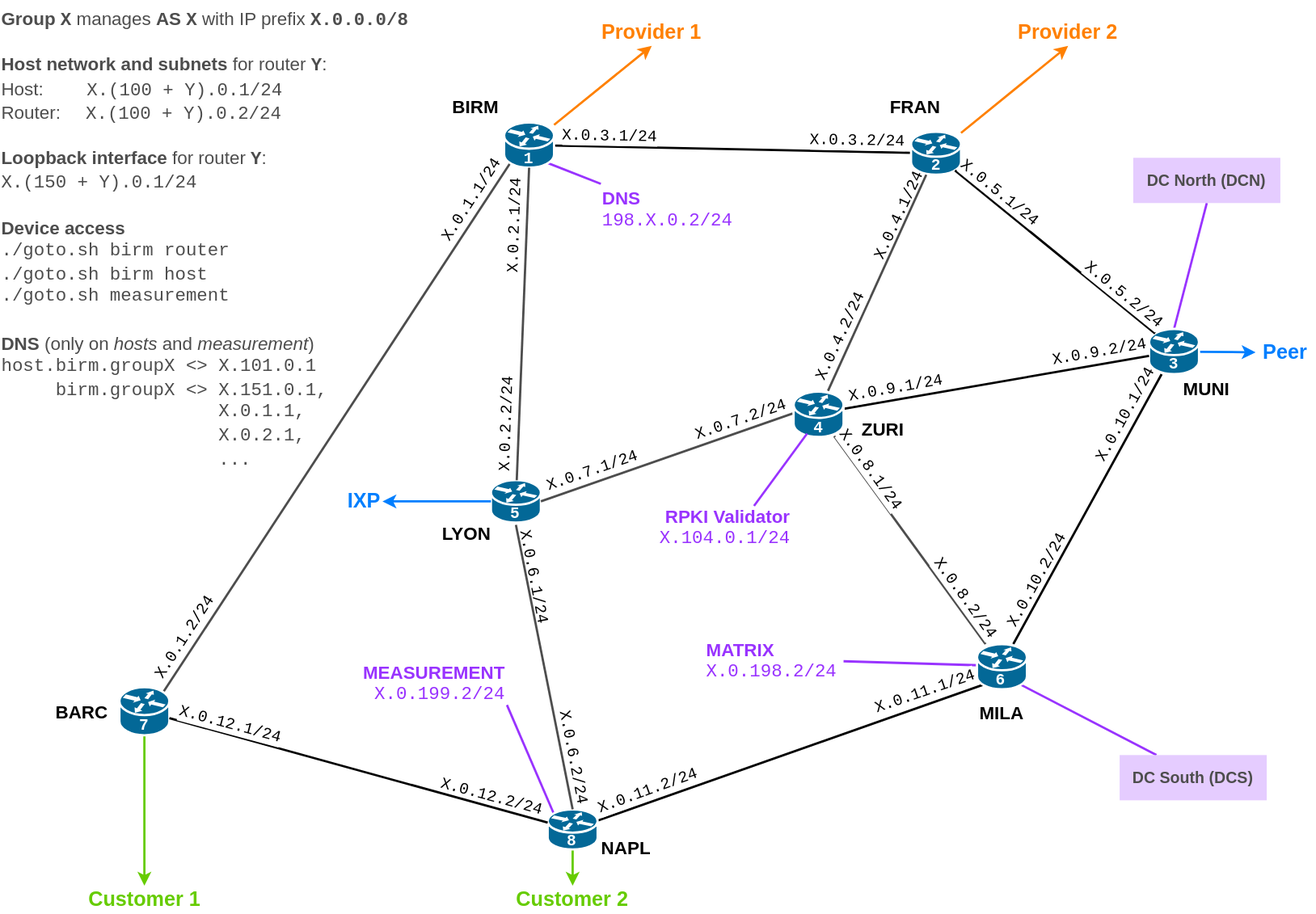
This is platform/config/figures/l3_topo.svg from HongyuHe/mini-internet, a draw.io export, as it was before one commit. Source tidied: cells renumbered, new cells last; positions are measured from the earlier drawing's top-left corner, leaving out a move shared by most shapes.
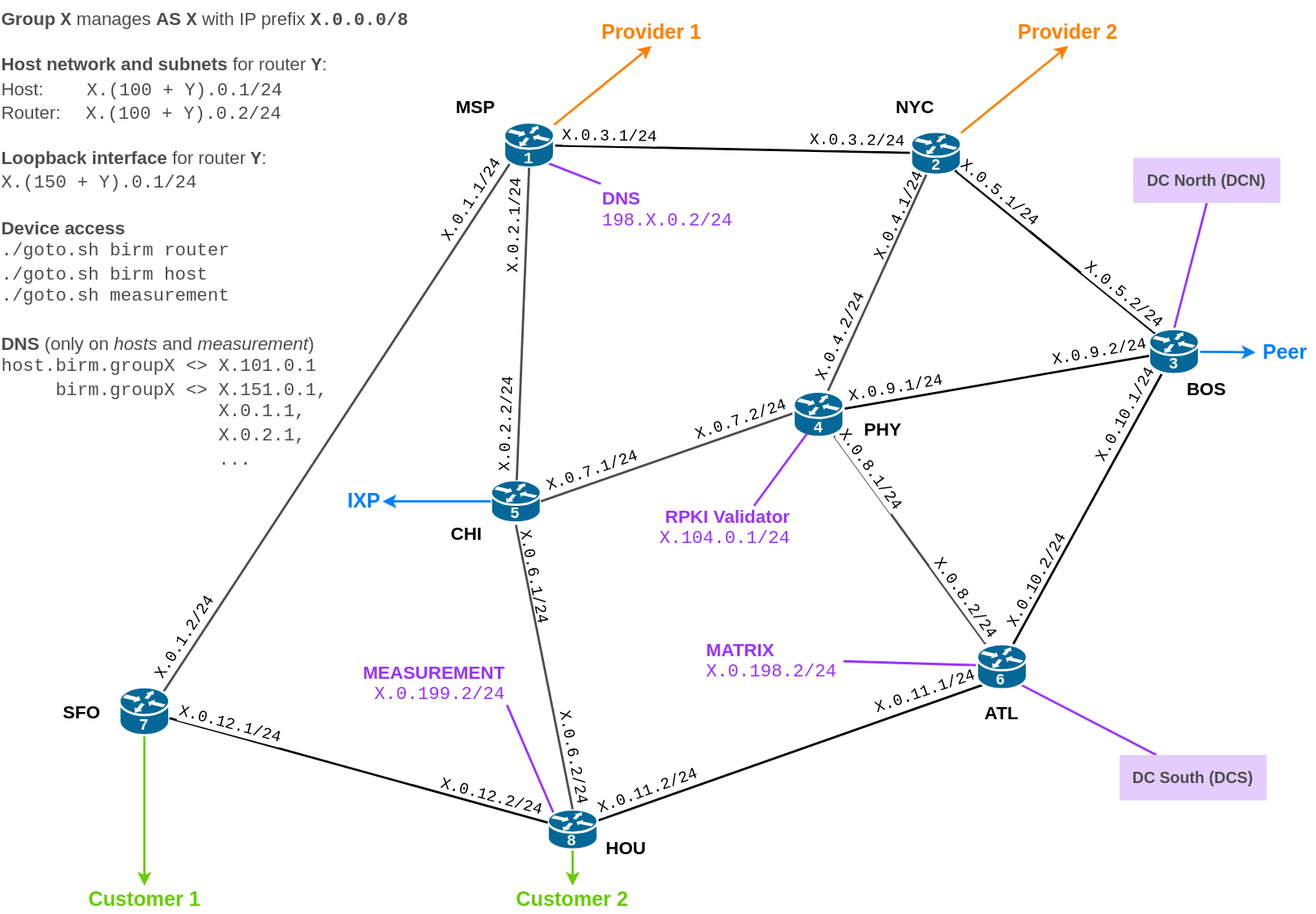
Later version of the same file.

What changed in the source:
```diff
@@ -63,22 +63,22 @@
     <mxCell id="18" style="edgeStyle=none;rounded=0;jettySize=auto;html=1;strokeColor=#9933FF;strokeWidth=2;fontFamily=Helvetica;fontSize=14;fontColor=#4D4D4D;endArrow=none;endFill=0;exitX=0.5;exitY=0;exitDx=0;exitDy=0;exitPerimeter=0;entryX=0.5;entryY=1;entryDx=0;entryDy=0;" parent="1" edge="1" source="52" target="35">
       <mxGeometry relative="1" as="geometry" />
     </mxCell>
-    <mxCell id="19" value="&lt;font size=&quot;1&quot; style=&quot;&quot;&gt;&lt;b style=&quot;font-size: 16px;&quot;&gt;MILA&lt;/b&gt;&lt;/font&gt;" style="rounded=0;whiteSpace=wrap;html=1;strokeColor=none;fillColor=none;" parent="1" vertex="1">
+    <mxCell id="19" value="&lt;font size=&quot;1&quot; style=&quot;&quot;&gt;&lt;b style=&quot;font-size: 16px;&quot;&gt;ATL&lt;/b&gt;&lt;/font&gt;" style="rounded=0;whiteSpace=wrap;html=1;strokeColor=none;fillColor=none;" parent="1" vertex="1">
       <mxGeometry x="858.9" y="616.2" width="54.1" height="27.5" as="geometry" />
     </mxCell>
-    <mxCell id="20" value="&lt;font size=&quot;1&quot; style=&quot;&quot;&gt;&lt;b style=&quot;font-size: 16px;&quot;&gt;MUNI&lt;/b&gt;&lt;/font&gt;" style="rounded=0;whiteSpace=wrap;html=1;strokeColor=none;fillColor=none;" parent="1" vertex="1">
+    <mxCell id="20" value="&lt;font size=&quot;1&quot; style=&quot;&quot;&gt;&lt;b style=&quot;font-size: 16px;&quot;&gt;BOS&lt;/b&gt;&lt;/font&gt;" style="rounded=0;whiteSpace=wrap;html=1;strokeColor=none;fillColor=none;" parent="1" vertex="1">
       <mxGeometry x="1046" y="329.2" width="42" height="27.5" as="geometry" />
     </mxCell>
-    <mxCell id="21" value="&lt;font size=&quot;1&quot; style=&quot;&quot;&gt;&lt;b style=&quot;font-size: 16px;&quot;&gt;FRAN&lt;/b&gt;&lt;/font&gt;" style="rounded=0;whiteSpace=wrap;html=1;strokeColor=none;fillColor=none;" parent="1" vertex="1">
+    <mxCell id="21" value="&lt;font size=&quot;1&quot; style=&quot;&quot;&gt;&lt;b style=&quot;font-size: 16px;&quot;&gt;NYC&lt;/b&gt;&lt;/font&gt;" style="rounded=0;whiteSpace=wrap;html=1;strokeColor=none;fillColor=none;" parent="1" vertex="1">
       <mxGeometry x="782" y="80.2" width="55.5" height="27.5" as="geometry" />
     </mxCell>
-    <mxCell id="22" value="&lt;font size=&quot;1&quot; style=&quot;&quot;&gt;&lt;b style=&quot;font-size: 16px;&quot;&gt;BIRM&lt;/b&gt;&lt;/font&gt;" style="rounded=0;whiteSpace=wrap;html=1;strokeColor=none;fillColor=none;" parent="1" vertex="1">
+    <mxCell id="22" value="&lt;font size=&quot;1&quot; style=&quot;&quot;&gt;&lt;b style=&quot;font-size: 16px;&quot;&gt;MSP&lt;/b&gt;&lt;/font&gt;" style="rounded=0;whiteSpace=wrap;html=1;strokeColor=none;fillColor=none;" parent="1" vertex="1">
       <mxGeometry x="396" y="80.2" width="50" height="27.5" as="geometry" />
     </mxCell>
-    <mxCell id="23" value="&lt;span style=&quot;font-size: 16px;&quot;&gt;&lt;b&gt;LYON&lt;/b&gt;&lt;/span&gt;" style="rounded=0;whiteSpace=wrap;html=1;strokeColor=none;fillColor=none;" parent="1" vertex="1">
+    <mxCell id="23" value="&lt;span style=&quot;font-size: 16px;&quot;&gt;&lt;b&gt;CHI&lt;/b&gt;&lt;/span&gt;" style="rounded=0;whiteSpace=wrap;html=1;strokeColor=none;fillColor=none;" parent="1" vertex="1">
       <mxGeometry x="386" y="457" width="54.1" height="27.5" as="geometry" />
     </mxCell>
-    <mxCell id="24" value="&lt;font size=&quot;1&quot; style=&quot;&quot;&gt;&lt;b style=&quot;font-size: 16px;&quot;&gt;NAPL&lt;/b&gt;&lt;/font&gt;" style="rounded=0;whiteSpace=wrap;html=1;strokeColor=none;fillColor=none;" parent="1" vertex="1">
+    <mxCell id="24" value="&lt;font size=&quot;1&quot; style=&quot;&quot;&gt;&lt;b style=&quot;font-size: 16px;&quot;&gt;HOU&lt;/b&gt;&lt;/font&gt;" style="rounded=0;whiteSpace=wrap;html=1;strokeColor=none;fillColor=none;" parent="1" vertex="1">
       <mxGeometry x="527" y="735" width="54.1" height="27.5" as="geometry" />
     </mxCell>
     <mxCell id="25" value="X.0.11.2/24" style="edgeLabel;html=1;align=center;verticalAlign=middle;fontSize=14;fontFamily=Courier New;rotation=-20;" parent="1" vertex="1">
@@ -296,7 +296,7 @@
         <mxPoint x="323" y="-40" as="offset" />
       </mxGeometry>
     </mxCell>
-    <mxCell id="86" value="&lt;font size=&quot;1&quot; style=&quot;&quot;&gt;&lt;b style=&quot;font-size: 16px;&quot;&gt;BARC&lt;/b&gt;&lt;/font&gt;" style="rounded=0;whiteSpace=wrap;html=1;strokeColor=none;fillColor=none;" parent="1" vertex="1">
+    <mxCell id="86" value="&lt;font size=&quot;1&quot; style=&quot;&quot;&gt;&lt;b style=&quot;font-size: 16px;&quot;&gt;SFO&lt;/b&gt;&lt;/font&gt;" style="rounded=0;whiteSpace=wrap;html=1;strokeColor=none;fillColor=none;" parent="1" vertex="1">
       <mxGeometry x="46" y="616.2" width="54.1" height="25" as="geometry" />
     </mxCell>
     <mxCell id="87" value="X.0.9.1/24" style="edgeLabel;html=1;align=center;verticalAlign=middle;fontSize=14;fontFamily=Courier New;rotation=-10;" parent="1" vertex="1">
@@ -312,7 +312,7 @@
     <mxCell id="89" value="IXP" style="rounded=0;whiteSpace=wrap;html=1;fillColor=none;strokeColor=none;fontStyle=1;fontSize=18;fontColor=#007FFF;align=left;" parent="1" vertex="1">
       <mxGeometry x="306" y="430.2" width="32.5" height="25" as="geometry" />
     </mxCell>
-    <mxCell id="90" value="&lt;font size=&quot;1&quot; style=&quot;&quot;&gt;&lt;b style=&quot;font-size: 16px;&quot;&gt;ZURI&lt;/b&gt;&lt;/font&gt;" style="rounded=0;whiteSpace=wrap;html=1;strokeColor=none;fillColor=none;" parent="1" vertex="1">
+    <mxCell id="90" value="&lt;font size=&quot;1&quot; style=&quot;&quot;&gt;&lt;b style=&quot;font-size: 16px;&quot;&gt;PHY&lt;/b&gt;&lt;/font&gt;" style="rounded=0;whiteSpace=wrap;html=1;strokeColor=none;fillColor=none;" parent="1" vertex="1">
       <mxGeometry x="754" y="365" width="54.1" height="27.5" as="geometry" />
     </mxCell>
     <mxCell id="91" style="group;" parent="1" vertex="1">
```
